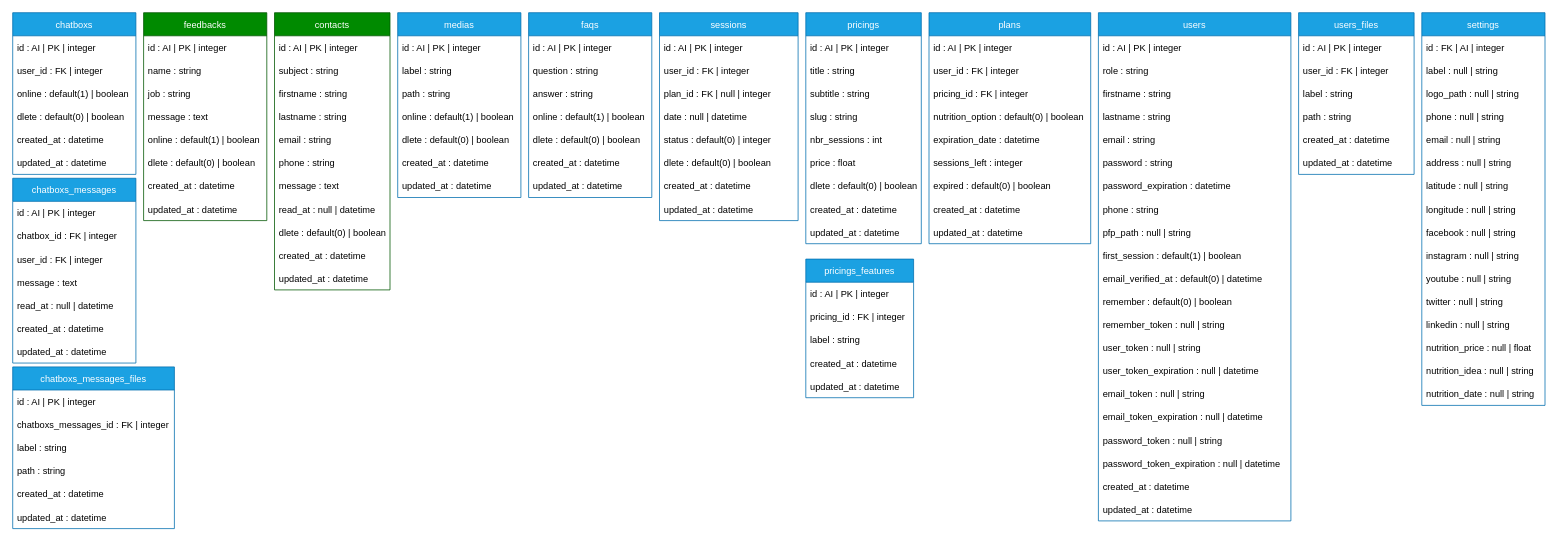
Earlier version of the draw.io diagram page "BDD" (3 of 3) of architecture.drawio (HakimFIDJEL/jcoaching). Source tidied: cells renumbered, new cells numbered last; positions are measured from the earlier drawing's top-left corner, leaving out a move shared by most shapes. Both pictures are drawn from the tidied source at 77%, with x=0, y=0 at pixel (12, 12).
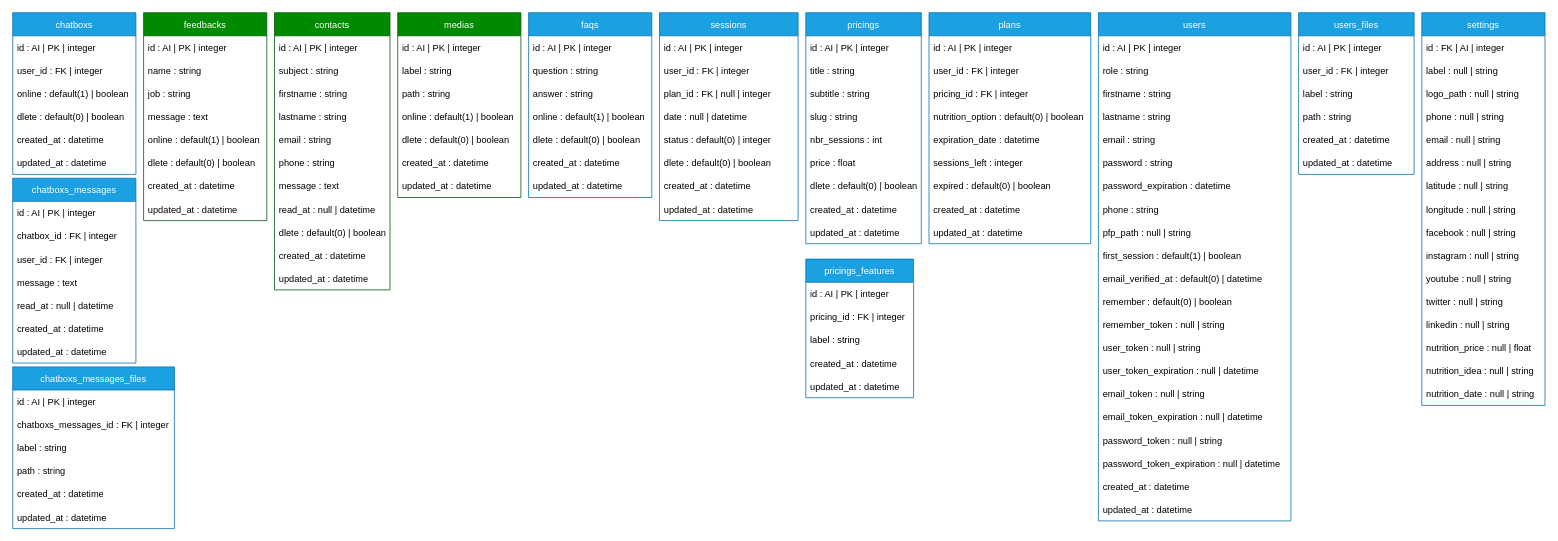
The same page after the edit.

Change to the diagram source:
```diff
@@
-    <mxCell id="62" value="medias" style="swimlane;fontStyle=0;horizontal=1;startSize=30;fillColor=#1ba1e2;fontColor=#ffffff;strokeColor=#006EAF;" parent="1" vertex="1">
+    <mxCell id="62" value="medias" style="swimlane;fontStyle=0;horizontal=1;startSize=30;fillColor=#008a00;fontColor=#ffffff;strokeColor=#005700;" parent="1" vertex="1">
       <mxGeometry x="500" width="160" height="240" as="geometry" />
     </mxCell>
```
